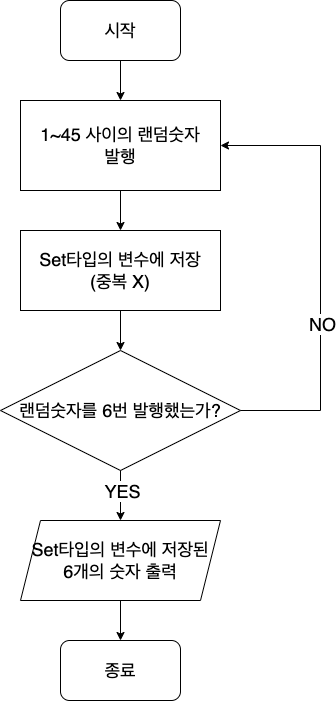
This is Week2_Step1_flowchart.png from yagom-academy/swift-starter-Round2, a draw.io export, as it was before one commit. Source tidied: cells renumbered, new cells last; positions are measured from the earlier drawing's top-left corner, leaving out a move shared by most shapes.
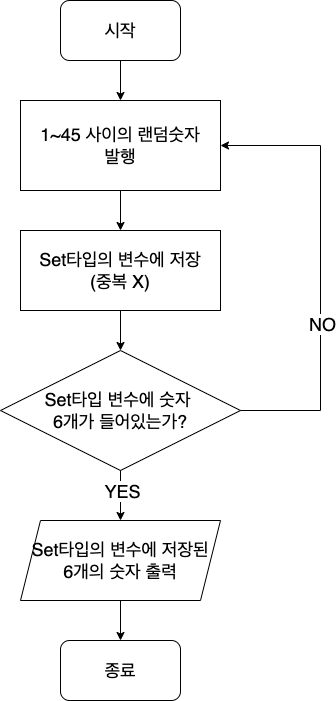
Above is the later version.

Commit message:
순서도 수정

What changed in the source:
```diff
@@ -21,7 +21,7 @@
     <mxCell id="6" value="Set타입의 변수에 저장&lt;br&gt;(중복 X)" style="rounded=0;whiteSpace=wrap;html=1;fontSize=18;" parent="1" vertex="1">
       <mxGeometry x="20" y="230" width="200" height="80" as="geometry" />
     </mxCell>
-    <mxCell id="7" value="랜덤숫자를 6번 발행했는가?" style="rhombus;whiteSpace=wrap;html=1;fontSize=18;" parent="1" vertex="1">
+    <mxCell id="7" value="Set타입 변수에 숫자 &lt;br&gt;6개가 들어있는가?" style="rhombus;whiteSpace=wrap;html=1;fontSize=18;" parent="1" vertex="1">
       <mxGeometry y="350" width="240" height="120" as="geometry" />
     </mxCell>
     <mxCell id="8" style="endArrow=classic;html=1;rounded=0;fontSize=18;exitX=0.5;exitY=1;exitDx=0;exitDy=0;entryX=0.5;entryY=0;entryDx=0;entryDy=0;" parent="1" edge="1" source="6" target="7">
```
